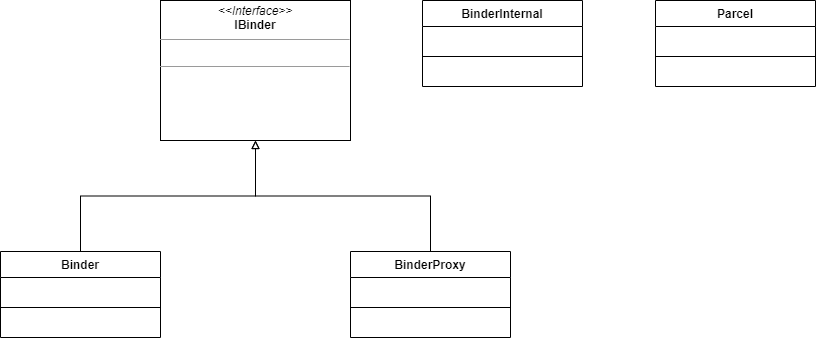
Before: res/Java Binder 关联类.drawio.png, a diagram exported from draw.io (huanggenghg/huanggenghg). Source tidied: cells renumbered, new cells last; positions are measured from the earlier drawing's top-left corner, leaving out a move shared by most shapes.
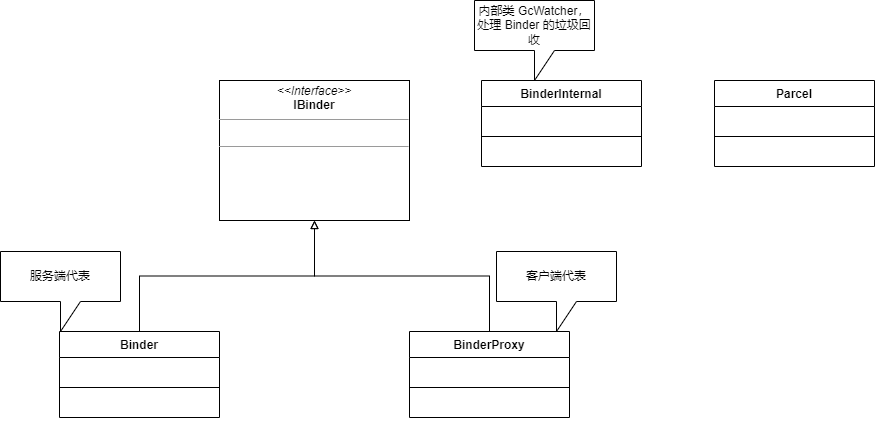
The same diagram one commit later.

Commit message:
更新Java Binder 关联类.drawio.png

The edit, as a diff of the source:
```diff
@@ -59,5 +59,14 @@
     <mxCell id="20" value=" " style="text;strokeColor=none;fillColor=none;align=left;verticalAlign=top;spacingLeft=4;spacingRight=4;overflow=hidden;" parent="17" vertex="1">
       <mxGeometry y="60" width="160" height="26" as="geometry" />
     </mxCell>
+    <mxCell id="21" value="服务端代表" style="shape=callout;whiteSpace=wrap;html=1;perimeter=calloutPerimeter;" parent="1" vertex="1">
+      <mxGeometry x="-59" y="171" width="120" height="80" as="geometry" />
+    </mxCell>
+    <mxCell id="22" value="客户端代表" style="shape=callout;whiteSpace=wrap;html=1;perimeter=calloutPerimeter;" parent="1" vertex="1">
+      <mxGeometry x="437" y="171" width="120" height="80" as="geometry" />
+    </mxCell>
+    <mxCell id="23" value="内部类 GcWatcher，处理 Binder 的垃圾回收" style="shape=callout;whiteSpace=wrap;html=1;perimeter=calloutPerimeter;" parent="1" vertex="1">
+      <mxGeometry x="415" y="-80" width="120" height="80" as="geometry" />
+    </mxCell>
   </root>
 </mxGraphModel>
```
